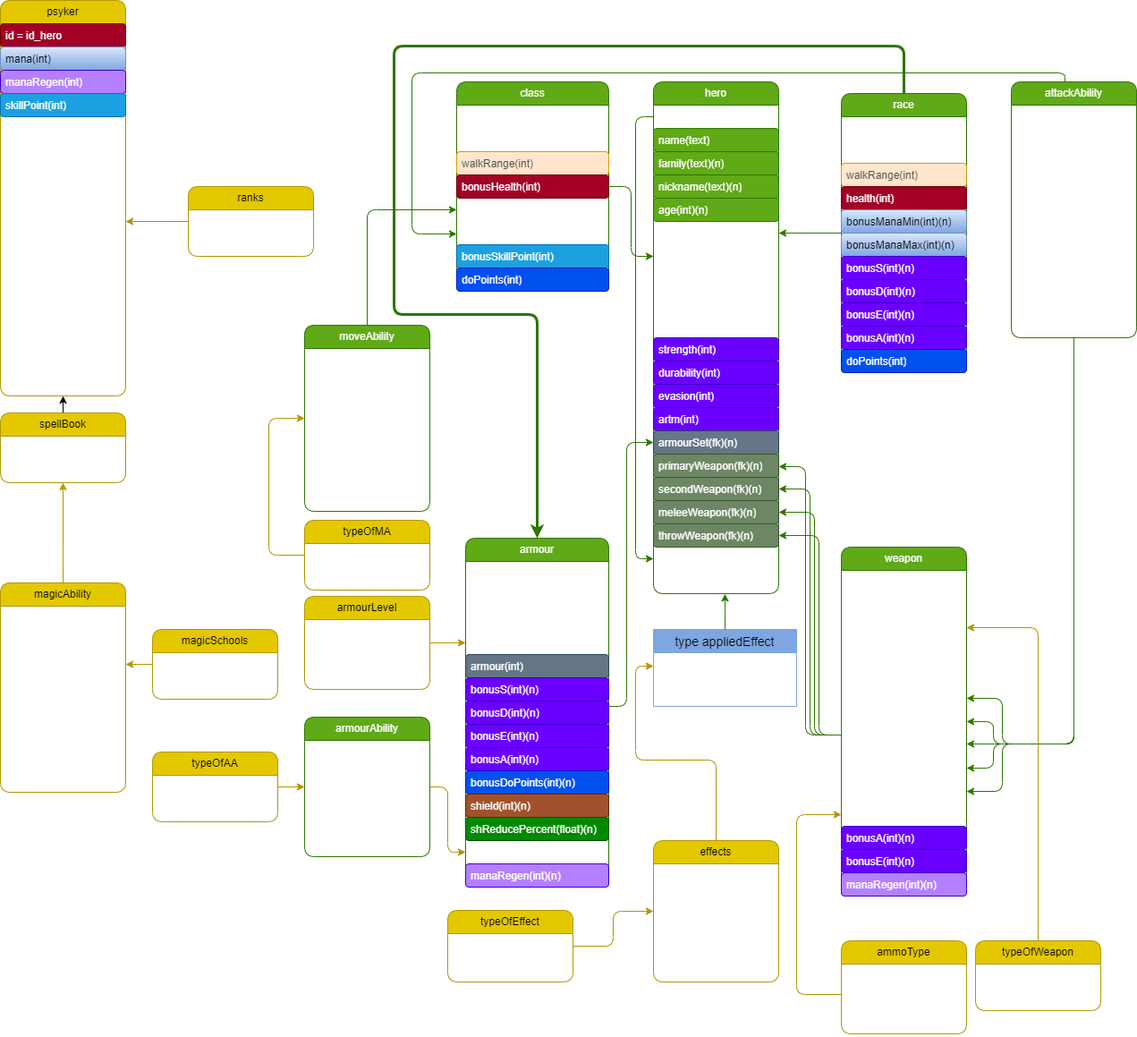
This is Taeron's_Table_Top_RolePlay_Warhammer_40,000_Game_Library_cuted.drawio.png from Taeron-Te/WahaGIT, a draw.io export, as it was before one commit. Source tidied: cells renumbered, new cells last; positions are measured from the earlier drawing's top-left corner, leaving out a move shared by most shapes.
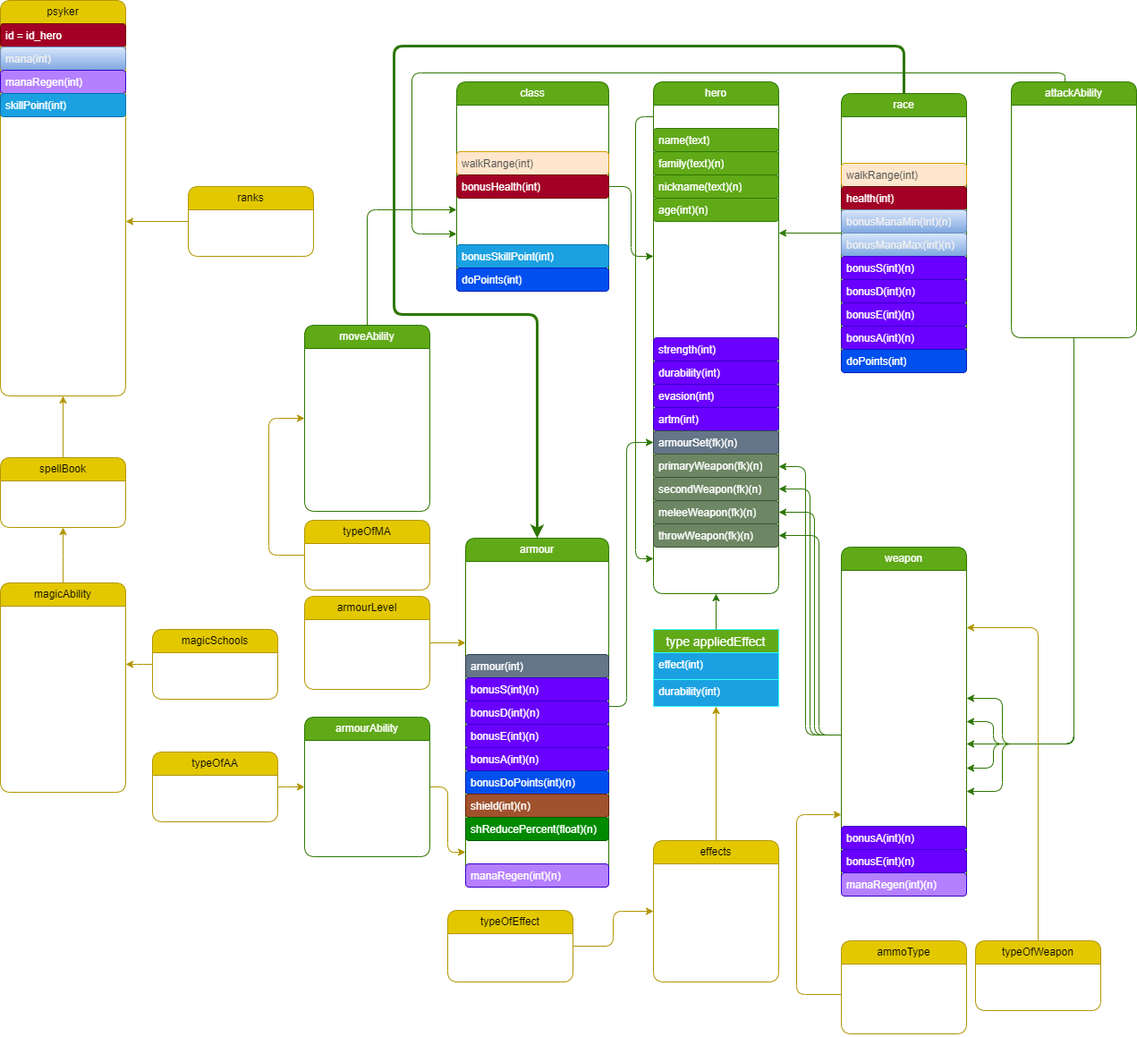
Above is the later version.

Change to the diagram source:
```diff
@@ -95,7 +95,7 @@
     <mxCell id="32" value="soulShard(int)" style="text;strokeColor=none;fillColor=none;align=left;verticalAlign=top;spacingLeft=4;spacingRight=4;overflow=hidden;whiteSpace=wrap;html=1;rounded=1;fontColor=#FFFFFF;" parent="25" vertex="1">
       <mxGeometry y="182" width="140" height="26" as="geometry" />
     </mxCell>
-    <mxCell id="33" value="highPowerPoint(int)" style="text;strokeColor=none;fillColor=none;align=left;verticalAlign=top;spacingLeft=4;spacingRight=4;overflow=hidden;whiteSpace=wrap;html=1;rounded=1;fontColor=#FFFFFF;" parent="25" vertex="1">
+    <mxCell id="33" value="godPowerPoint(int)" style="text;strokeColor=none;fillColor=none;align=left;verticalAlign=top;spacingLeft=4;spacingRight=4;overflow=hidden;whiteSpace=wrap;html=1;rounded=1;fontColor=#FFFFFF;" parent="25" vertex="1">
       <mxGeometry y="208" width="140" height="26" as="geometry" />
     </mxCell>
     <mxCell id="34" value="curRank(fk)" style="text;strokeColor=none;fillColor=none;align=left;verticalAlign=top;spacingLeft=4;spacingRight=4;overflow=hidden;points=[[0,0.5],[1,0.5]];portConstraint=eastwest;whiteSpace=wrap;html=1;rounded=1;fontColor=#FFFFFF;" parent="25" vertex="1">
@@ -534,7 +534,7 @@
         </Array>
       </mxGeometry>
     </mxCell>
-    <mxCell id="154" style="edgeStyle=orthogonalEdgeStyle;rounded=0;jettySize=auto;html=1;" parent="1" edge="1" source="155" target="41">
+    <mxCell id="154" style="edgeStyle=orthogonalEdgeStyle;rounded=0;jettySize=auto;html=1;fillColor=#e3c800;strokeColor=#B09500;" parent="1" edge="1" source="155" target="41">
       <mxGeometry relative="1" as="geometry">
         <Array as="points">
           <mxPoint x="70" y="421" />
@@ -543,7 +543,7 @@
       </mxGeometry>
     </mxCell>
     <mxCell id="155" value="spellBook" style="swimlane;fontStyle=0;horizontal=1;startSize=26;fillColor=#e3c800;whiteSpace=wrap;html=1;fontColor=#000000;strokeColor=#B09500;rounded=1;" parent="1" vertex="1">
-      <mxGeometry y="461" width="140" height="78" as="geometry" />
+      <mxGeometry y="511" width="140" height="78" as="geometry" />
     </mxCell>
     <mxCell id="156" value="id" style="text;strokeColor=none;fillColor=none;align=left;verticalAlign=top;spacingLeft=4;spacingRight=4;overflow=hidden;whiteSpace=wrap;html=1;rounded=1;fontColor=#FFFFFF;" parent="155" vertex="1">
       <mxGeometry y="26" width="140" height="26" as="geometry" />
@@ -551,7 +551,7 @@
     <mxCell id="157" value="idMAbility[](fk)" style="text;strokeColor=none;fillColor=none;align=left;verticalAlign=top;spacingLeft=4;spacingRight=4;overflow=hidden;points=[[0,0.5],[1,0.5]];portConstraint=eastwest;whiteSpace=wrap;html=1;rounded=1;fontColor=#FFFFFF;" parent="155" vertex="1">
       <mxGeometry y="52" width="140" height="26" as="geometry" />
     </mxCell>
-    <mxCell id="158" style="edgeStyle=orthogonalEdgeStyle;rounded=1;jettySize=auto;html=1;fillColor=#e3c800;strokeColor=#B09500;entryX=0;entryY=0.5;entryDx=0;entryDy=0;" parent="1" edge="1" source="159" target="190">
+    <mxCell id="158" style="edgeStyle=orthogonalEdgeStyle;rounded=1;jettySize=auto;html=1;fillColor=#e3c800;strokeColor=#B09500;" parent="1" edge="1" source="159" target="189">
       <mxGeometry relative="1" as="geometry" />
     </mxCell>
     <mxCell id="159" value="effects" style="swimlane;fontStyle=0;horizontal=1;startSize=26;fillColor=#e3c800;whiteSpace=wrap;html=1;fontColor=#000000;strokeColor=#B09500;rounded=1;" parent="1" vertex="1">
@@ -653,20 +653,20 @@
     <mxCell id="188" value="name(text)" style="text;strokeColor=none;fillColor=none;align=left;verticalAlign=top;spacingLeft=4;spacingRight=4;overflow=hidden;whiteSpace=wrap;html=1;fontColor=#FFFFFF;" parent="186" vertex="1">
       <mxGeometry y="52" width="140" height="26" as="geometry" />
     </mxCell>
-    <mxCell id="189" value="type appliedEffect" style="swimlane;fontStyle=0;horizontal=1;startSize=26;align=center;fontSize=14;labelBackgroundColor=none;labelBorderColor=none;fillColor=#7EA6E0;strokeColor=#7EA6E0;" parent="1" vertex="1">
-      <mxGeometry x="730" y="703" width="160" height="86" as="geometry" />
+    <mxCell id="189" value="type appliedEffect" style="swimlane;fontStyle=0;horizontal=1;startSize=26;align=center;fontSize=14;labelBackgroundColor=none;labelBorderColor=none;fillColor=#60a917;strokeColor=#33FFFF;fontColor=#ffffff;" parent="1" vertex="1">
+      <mxGeometry x="730" y="703" width="140" height="86" as="geometry" />
     </mxCell>
-    <mxCell id="190" value="effect(int)" style="text;strokeColor=none;fillColor=none;spacingLeft=4;spacingRight=4;overflow=hidden;points=[[0,0.5],[1,0.5]];portConstraint=eastwest;fontSize=12;whiteSpace=wrap;html=1;fontColor=#ffffff;" parent="189" vertex="1">
-      <mxGeometry y="26" width="160" height="30" as="geometry" />
+    <mxCell id="190" value="effect(int)" style="text;strokeColor=#33FFFF;fillColor=#1ba1e2;spacingLeft=4;spacingRight=4;overflow=hidden;points=[[0,0.5],[1,0.5]];portConstraint=eastwest;fontSize=12;whiteSpace=wrap;html=1;fontColor=#ffffff;" parent="189" vertex="1">
+      <mxGeometry y="26" width="140" height="30" as="geometry" />
     </mxCell>
-    <mxCell id="191" value="durability(int)" style="text;strokeColor=none;fillColor=none;spacingLeft=4;spacingRight=4;overflow=hidden;fontSize=12;whiteSpace=wrap;html=1;fontColor=#ffffff;labelBorderColor=none;" parent="189" vertex="1">
-      <mxGeometry y="56" width="160" height="30" as="geometry" />
+    <mxCell id="191" value="durability(int)" style="text;strokeColor=#33FFFF;fillColor=#1ba1e2;spacingLeft=4;spacingRight=4;overflow=hidden;fontSize=12;whiteSpace=wrap;html=1;fontColor=#ffffff;labelBorderColor=none;" parent="189" vertex="1">
+      <mxGeometry y="56" width="140" height="30" as="geometry" />
     </mxCell>
-    <mxCell id="192" style="edgeStyle=orthogonalEdgeStyle;rounded=0;jettySize=auto;html=1;exitX=0.5;exitY=0;exitDx=0;exitDy=0;entryX=0.571;entryY=1.008;entryDx=0;entryDy=0;entryPerimeter=0;strokeColor=#2D7600;" parent="1" edge="1" source="189" target="24">
+    <mxCell id="192" style="edgeStyle=orthogonalEdgeStyle;rounded=0;jettySize=auto;html=1;strokeColor=#2D7600;" parent="1" edge="1" source="189" target="24">
       <mxGeometry relative="1" as="geometry">
         <Array as="points">
-          <mxPoint x="810" y="681" />
-          <mxPoint x="810" y="681" />
+          <mxPoint x="800" y="671" />
+          <mxPoint x="800" y="671" />
         </Array>
       </mxGeometry>
     </mxCell>
```
